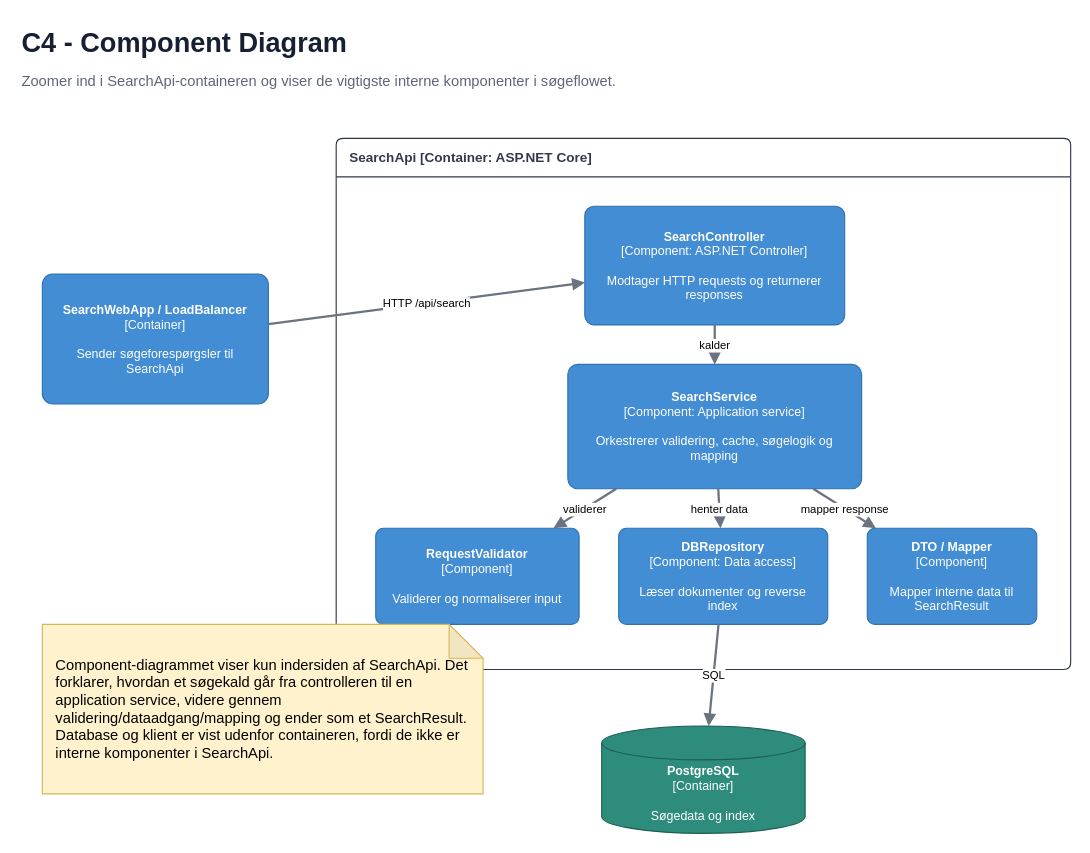
The draw.io diagram page "6 - C4 Component" (6 of 9) of diagrammer/SearchProject diagrams - UML + C4.drawio in Viggodrengen/-SearchProject, before the edit. Source tidied: cells renumbered, new cells numbered last; positions are measured from the earlier drawing's top-left corner, leaving out a move shared by most shapes. Both pictures are drawn from the tidied source at 113%, with x=0, y=0 at pixel (19, 19).
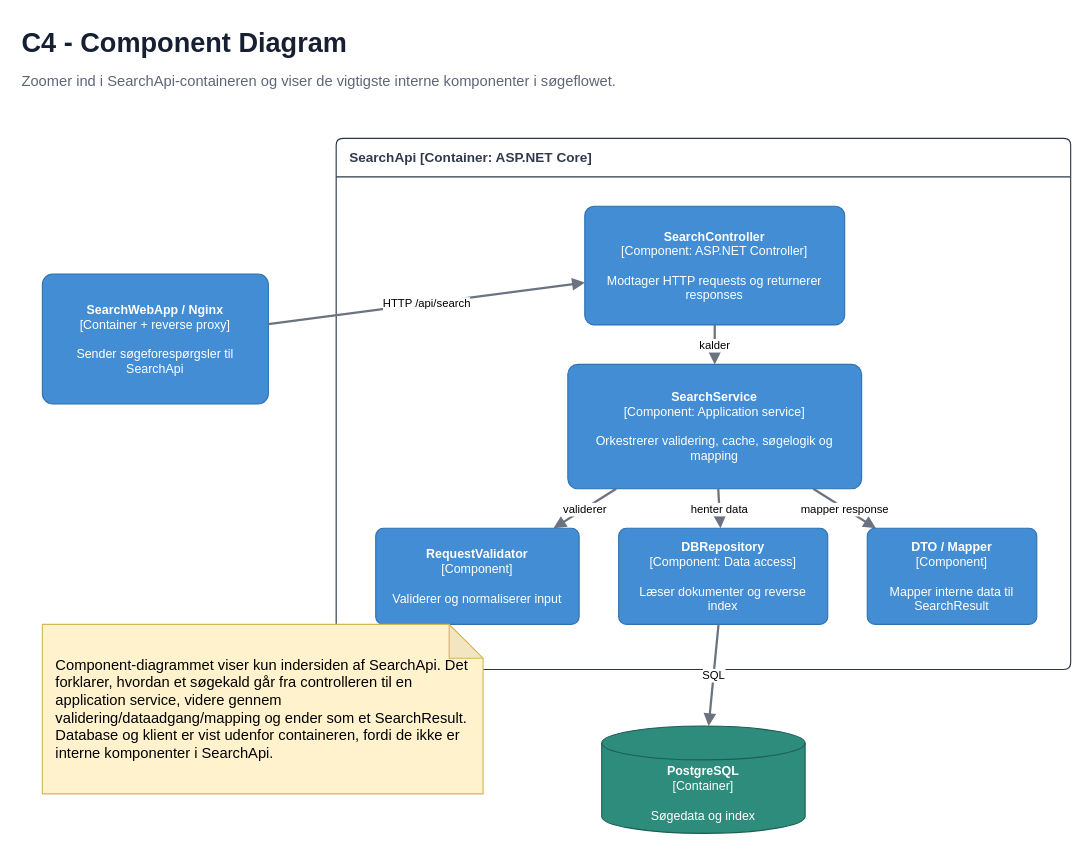
The same page after the edit.

Commit message (it also covers changes not shown here):
docs: consolidate diagrams around nginx architecture

The edit, as a diff of the source:
```diff
@@
 <mxGraphModel>
   <root>
     <mxCell id="0" />
     <mxCell id="1" parent="0" />
     <mxCell id="2" value="C4 - Component Diagram" style="text;html=1;strokeColor=none;fillColor=none;fontSize=24;fontStyle=1;fontColor=#172033;" parent="1" vertex="1">
       <mxGeometry width="450" height="40" as="geometry" />
     </mxCell>
     <mxCell id="3" value="Zoomer ind i SearchApi-containeren og viser de vigtigste interne komponenter i søgeflowet." style="text;html=1;strokeColor=none;fillColor=none;fontSize=13;fontColor=#5d6678;" parent="1" vertex="1">
       <mxGeometry y="40" width="850" height="30" as="geometry" />
     </mxCell>
-    <mxCell id="4" value="&lt;b&gt;SearchWebApp / LoadBalancer&lt;/b&gt;&lt;br&gt;[Container]&lt;br&gt;&lt;br&gt;Sender søgeforespørgsler til SearchApi" style="rounded=1;whiteSpace=wrap;html=1;fillColor=#438DD5;strokeColor=#2F72AF;fontColor=#FFFFFF;fontSize=11;arcSize=8;spacing=6;" parent="1" vertex="1">
+    <mxCell id="4" value="&lt;b&gt;SearchWebApp / Nginx&lt;/b&gt;&lt;br&gt;[Container + reverse proxy]&lt;br&gt;&lt;br&gt;Sender søgeforespørgsler til SearchApi" style="rounded=1;whiteSpace=wrap;html=1;fillColor=#438DD5;strokeColor=#2F72AF;fontColor=#FFFFFF;fontSize=11;arcSize=8;spacing=6;" parent="1" vertex="1">
       <mxGeometry x="20" y="225" width="200" height="115" as="geometry" />
     </mxCell>
     <mxCell id="5" value="SearchApi [Container: ASP.NET Core]" style="swimlane;html=1;whiteSpace=wrap;startSize=34;rounded=1;fillColor=#FFFFFF;strokeColor=#2F3746;fontColor=#313A4C;fontStyle=1;align=left;spacingLeft=10;arcSize=6;" parent="1" vertex="1">
       <mxGeometry x="280" y="105" width="650" height="470" as="geometry" />
     </mxCell>
     <mxCell id="6" value="&lt;b&gt;SearchController&lt;/b&gt;&lt;br&gt;[Component: ASP.NET Controller]&lt;br&gt;&lt;br&gt;Modtager HTTP requests og returnerer responses" style="rounded=1;whiteSpace=wrap;html=1;fillColor=#438DD5;strokeColor=#2F72AF;fontColor=#FFFFFF;fontSize=11;arcSize=8;spacing=6;" parent="5" vertex="1">
       <mxGeometry x="220" y="60" width="230" height="105" as="geometry" />
     </mxCell>
     <mxCell id="7" value="&lt;b&gt;SearchService&lt;/b&gt;&lt;br&gt;[Component: Application service]&lt;br&gt;&lt;br&gt;Orkestrerer validering, cache, søgelogik og mapping" style="rounded=1;whiteSpace=wrap;html=1;fillColor=#438DD5;strokeColor=#2F72AF;fontColor=#FFFFFF;fontSize=11;arcSize=8;spacing=6;" parent="5" vertex="1">
       <mxGeometry x="205" y="200" width="260" height="110" as="geometry" />
     </mxCell>
     <mxCell id="8" value="&lt;b&gt;RequestValidator&lt;/b&gt;&lt;br&gt;[Component]&lt;br&gt;&lt;br&gt;Validerer og normaliserer input" style="rounded=1;whiteSpace=wrap;html=1;fillColor=#438DD5;strokeColor=#2F72AF;fontColor=#FFFFFF;fontSize=11;arcSize=8;spacing=6;" parent="5" vertex="1">
       <mxGeometry x="35" y="345" width="180" height="85" as="geometry" />
     </mxCell>
     <mxCell id="9" value="&lt;b&gt;DBRepository&lt;/b&gt;&lt;br&gt;[Component: Data access]&lt;br&gt;&lt;br&gt;Læser dokumenter og reverse index" style="rounded=1;whiteSpace=wrap;html=1;fillColor=#438DD5;strokeColor=#2F72AF;fontColor=#FFFFFF;fontSize=11;arcSize=8;spacing=6;" parent="5" vertex="1">
       <mxGeometry x="250" y="345" width="185" height="85" as="geometry" />
     </mxCell>
     <mxCell id="10" value="&lt;b&gt;DTO / Mapper&lt;/b&gt;&lt;br&gt;[Component]&lt;br&gt;&lt;br&gt;Mapper interne data til SearchResult" style="rounded=1;whiteSpace=wrap;html=1;fillColor=#438DD5;strokeColor=#2F72AF;fontColor=#FFFFFF;fontSize=11;arcSize=8;spacing=6;" parent="5" vertex="1">
       <mxGeometry x="470" y="345" width="150" height="85" as="geometry" />
     </mxCell>
     <mxCell id="11" value="kalder" style="endArrow=block;endFill=1;html=1;rounded=0;strokeWidth=2;strokeColor=#6B7280;fontSize=10;labelBackgroundColor=#FFFFFF;" parent="5" edge="1" source="6" target="7">
       <mxGeometry relative="1" as="geometry" />
     </mxCell>
     <mxCell id="12" value="validerer" style="endArrow=block;endFill=1;html=1;rounded=0;strokeWidth=2;strokeColor=#6B7280;fontSize=10;labelBackgroundColor=#FFFFFF;" parent="5" edge="1" source="7" target="8">
       <mxGeometry relative="1" as="geometry" />
     </mxCell>
     <mxCell id="13" value="henter data" style="endArrow=block;endFill=1;html=1;rounded=0;strokeWidth=2;strokeColor=#6B7280;fontSize=10;labelBackgroundColor=#FFFFFF;" parent="5" edge="1" source="7" target="9">
       <mxGeometry relative="1" as="geometry" />
     </mxCell>
     <mxCell id="14" value="mapper response" style="endArrow=block;endFill=1;html=1;rounded=0;strokeWidth=2;strokeColor=#6B7280;fontSize=10;labelBackgroundColor=#FFFFFF;" parent="5" edge="1" source="7" target="10">
       <mxGeometry relative="1" as="geometry" />
     </mxCell>
     <mxCell id="15" value="&lt;b&gt;PostgreSQL&lt;/b&gt;&lt;br&gt;[Container]&lt;br&gt;&lt;br&gt;Søgedata og index" style="shape=cylinder3;whiteSpace=wrap;html=1;boundedLbl=1;backgroundOutline=1;size=15;fillColor=#2D8C7B;strokeColor=#1D5E53;fontColor=#FFFFFF;fontSize=11;spacing=6;" parent="1" vertex="1">
       <mxGeometry x="515" y="625" width="180" height="95" as="geometry" />
     </mxCell>
     <mxCell id="16" value="Component-diagrammet viser kun indersiden af SearchApi. Det forklarer, hvordan et søgekald går fra controlleren til en application service, videre gennem validering/dataadgang/mapping og ender som et SearchResult. Database og klient er vist udenfor containeren, fordi de ikke er interne komponenter i SearchApi." style="shape=note;whiteSpace=wrap;html=1;backgroundOutline=1;darkOpacity=0.05;fillColor=#FFF2CC;strokeColor=#D6B656;align=left;spacingLeft=10;fontSize=13;" parent="1" vertex="1">
       <mxGeometry x="20" y="535" width="390" height="150" as="geometry" />
     </mxCell>
     <mxCell id="17" value="HTTP /api/search" style="endArrow=block;endFill=1;html=1;rounded=0;strokeWidth=2;strokeColor=#6B7280;fontSize=10;labelBackgroundColor=#FFFFFF;" parent="1" edge="1" source="4" target="6">
       <mxGeometry relative="1" as="geometry" />
     </mxCell>
     <mxCell id="18" value="SQL" style="endArrow=block;endFill=1;html=1;rounded=0;strokeWidth=2;strokeColor=#6B7280;fontSize=10;labelBackgroundColor=#FFFFFF;" parent="1" edge="1" source="9" target="15">
       <mxGeometry relative="1" as="geometry" />
     </mxCell>
   </root>
 </mxGraphModel>
```
